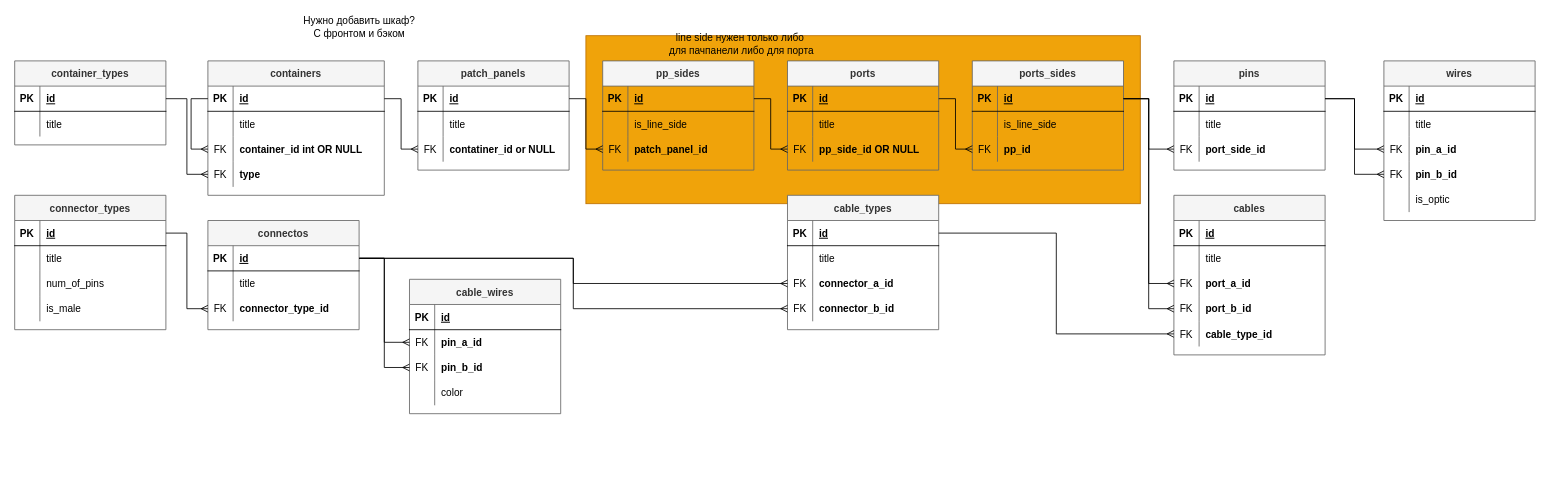
Zakharlik/CrossJournal keeps this draw.io diagram as ToDo/Db-Structure.drawio. Above is the earlier version. Source tidied: cells renumbered, new cells numbered last; positions are measured from the earlier drawing's top-left corner, leaving out a move shared by most shapes. Both pictures are drawn from the tidied source at 84%, with x=0, y=0 at pixel (14, 14).
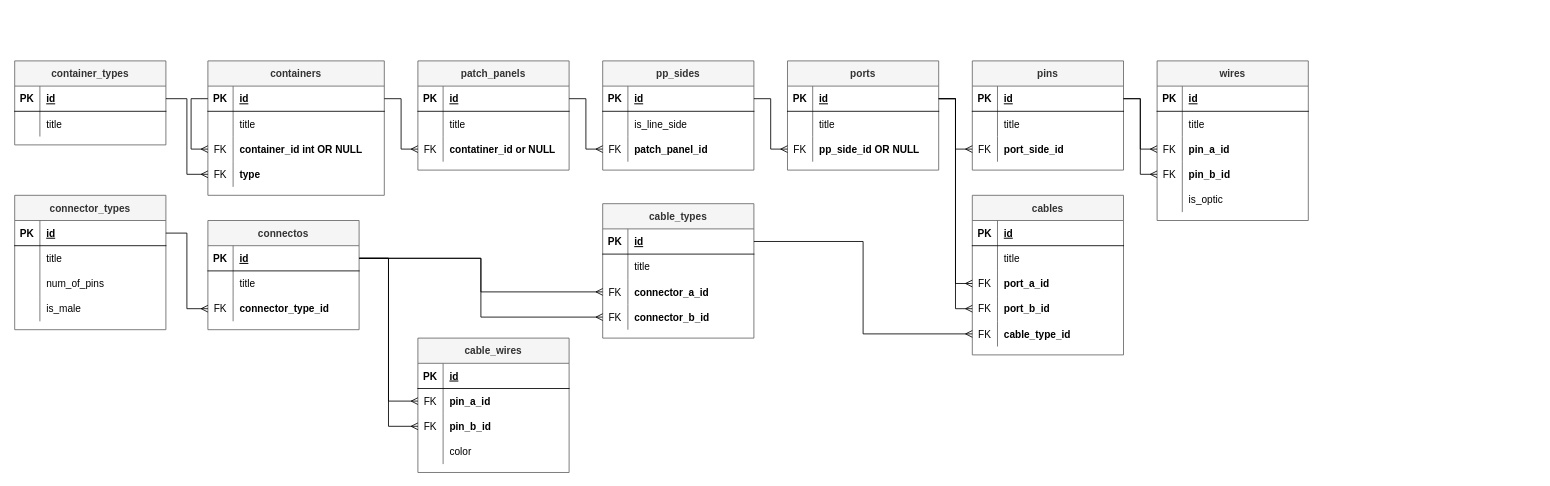
Above is the later version.

Commit message:
Redraw Db-Structure

The change refers to these unchanged cells:
```xml
<mxCell id="48" style="shape=tableRow;horizontal=0;startSize=0;swimlaneHead=0;swimlaneBody=0;fillColor=none;points=[[0,0.5],[1,0.5]];portConstraint=eastwest;top=0;left=0;right=0;bottom=1;" parent="47" vertex="1">
  <mxGeometry y="30" width="180" height="30" as="geometry" />
</mxCell>
<mxCell id="76" style="shape=tableRow;horizontal=0;startSize=0;swimlaneHead=0;swimlaneBody=0;fillColor=none;points=[[0,0.5],[1,0.5]];portConstraint=eastwest;top=0;left=0;right=0;bottom=0;" parent="69" vertex="1">
  <mxGeometry y="90" width="180" height="30" as="geometry" />
</mxCell>
<mxCell id="87" style="shape=tableRow;horizontal=0;startSize=0;swimlaneHead=0;swimlaneBody=0;fillColor=none;points=[[0,0.5],[1,0.5]];portConstraint=eastwest;top=0;left=0;right=0;bottom=0;" parent="80" vertex="1">
  <mxGeometry y="90" width="180" height="30" as="geometry" />
</mxCell>
<mxCell id="90" style="shape=tableRow;horizontal=0;startSize=0;swimlaneHead=0;swimlaneBody=0;fillColor=none;points=[[0,0.5],[1,0.5]];portConstraint=eastwest;top=0;left=0;right=0;bottom=0;" parent="80" vertex="1">
  <mxGeometry y="120" width="180" height="30" as="geometry" />
</mxCell>
```

Change to the diagram source:
```diff
@@
-    <mxCell id="2" style="rounded=0;whiteSpace=wrap;html=1;fillColor=#f0a30a;fontColor=#000000;strokeColor=#BD7000;" parent="1" vertex="1">
-      <mxGeometry x="680" y="25" width="660" height="200" as="geometry" />
-    </mxCell>
@@
-    <mxCell id="58" value="ports_sides" style="shape=table;startSize=30;childLayout=tableLayout;rowLines=0;fontStyle=1;align=center;fillColor=#f5f5f5;strokeColor=#666666;fontColor=#333333;" parent="1" vertex="1">
-      <mxGeometry x="1140" y="55" width="180" height="130" as="geometry" />
-    </mxCell>
-    <mxCell id="59" style="shape=tableRow;horizontal=0;startSize=0;swimlaneHead=0;swimlaneBody=0;fillColor=none;points=[[0,0.5],[1,0.5]];portConstraint=eastwest;top=0;left=0;right=0;bottom=1;" parent="58" vertex="1">
-      <mxGeometry y="30" width="180" height="30" as="geometry" />
-    </mxCell>
-    <mxCell id="60" value="PK" style="shape=partialRectangle;fillColor=none;top=0;left=0;bottom=0;right=0;fontStyle=1;overflow=hidden;" parent="59" vertex="1">
-      <mxGeometry width="30" height="30" as="geometry" />
-    </mxCell>
-    <mxCell id="61" value="id" style="shape=partialRectangle;fillColor=none;top=0;left=0;bottom=0;right=0;align=left;spacingLeft=6;fontStyle=5;overflow=hidden;" parent="59" vertex="1">
-      <mxGeometry x="30" width="150" height="30" as="geometry" />
-    </mxCell>
-    <mxCell id="62" style="shape=tableRow;horizontal=0;startSize=0;swimlaneHead=0;swimlaneBody=0;fillColor=none;top=0;left=0;right=0;bottom=0;" parent="58" vertex="1">
-      <mxGeometry y="60" width="180" height="30" as="geometry" />
-    </mxCell>
-    <mxCell id="63" style="shape=partialRectangle;fillColor=none;top=0;left=0;bottom=0;right=0;overflow=hidden;" parent="62" vertex="1">
-      <mxGeometry width="30" height="30" as="geometry" />
-    </mxCell>
-    <mxCell id="64" value="is_line_side" style="shape=partialRectangle;fillColor=none;top=0;left=0;bottom=0;right=0;align=left;spacingLeft=6;overflow=hidden;" parent="62" vertex="1">
-      <mxGeometry x="30" width="150" height="30" as="geometry" />
-    </mxCell>
-    <mxCell id="65" style="shape=tableRow;horizontal=0;startSize=0;swimlaneHead=0;swimlaneBody=0;fillColor=none;points=[[0,0.5],[1,0.5]];portConstraint=eastwest;top=0;left=0;right=0;bottom=0;" parent="58" vertex="1">
-      <mxGeometry y="90" width="180" height="30" as="geometry" />
-    </mxCell>
-    <mxCell id="66" value="FK" style="shape=partialRectangle;fillColor=none;top=0;left=0;bottom=0;right=0;overflow=hidden;" parent="65" vertex="1">
-      <mxGeometry width="30" height="30" as="geometry" />
-    </mxCell>
-    <mxCell id="67" value="pp_id" style="shape=partialRectangle;fillColor=none;top=0;left=0;bottom=0;right=0;align=left;spacingLeft=6;overflow=hidden;fontStyle=1;" parent="65" vertex="1">
-      <mxGeometry x="30" width="150" height="30" as="geometry" />
-    </mxCell>
-    <mxCell id="68" style="edgeStyle=orthogonalEdgeStyle;rounded=0;jettySize=auto;html=1;exitX=0;exitY=0.5;exitDx=0;exitDy=0;entryX=1;entryY=0.5;entryDx=0;entryDy=0;startArrow=ERmany;startFill=0;endArrow=none;endFill=0;" parent="1" edge="1" source="65" target="48">
-      <mxGeometry relative="1" as="geometry" />
-    </mxCell>
     <mxCell id="69" value="pins" style="shape=table;startSize=30;childLayout=tableLayout;rowLines=0;fontStyle=1;align=center;fillColor=#f5f5f5;strokeColor=#666666;fontColor=#333333;" parent="1" vertex="1">
-      <mxGeometry x="1380" y="55" width="180" height="130" as="geometry" />
+      <mxGeometry x="1140" y="55" width="180" height="130" as="geometry" />
     </mxCell>
@@
-    <mxCell id="79" style="edgeStyle=orthogonalEdgeStyle;rounded=0;jettySize=auto;html=1;exitX=0;exitY=0.5;exitDx=0;exitDy=0;entryX=1;entryY=0.5;entryDx=0;entryDy=0;startArrow=ERmany;startFill=0;endArrow=none;endFill=0;" parent="1" edge="1" source="76" target="59">
+    <mxCell id="79" style="edgeStyle=orthogonalEdgeStyle;rounded=0;jettySize=auto;html=1;exitX=0;exitY=0.5;exitDx=0;exitDy=0;entryX=1;entryY=0.5;entryDx=0;entryDy=0;startArrow=ERmany;startFill=0;endArrow=none;endFill=0;" parent="1" edge="1" source="76" target="48">
       <mxGeometry relative="1" as="geometry" />
     </mxCell>
     <mxCell id="80" value="cables" style="shape=table;startSize=30;childLayout=tableLayout;rowLines=0;fontStyle=1;align=center;fillColor=#f5f5f5;strokeColor=#666666;fontColor=#333333;" parent="1" vertex="1">
-      <mxGeometry x="1380" y="215" width="180" height="190" as="geometry" />
+      <mxGeometry x="1140" y="215" width="180" height="190" as="geometry" />
     </mxCell>
@@
-    <mxCell id="96" style="edgeStyle=orthogonalEdgeStyle;rounded=0;jettySize=auto;html=1;exitX=0;exitY=0.5;exitDx=0;exitDy=0;startArrow=ERmany;startFill=0;endArrow=none;endFill=0;entryX=1;entryY=0.5;entryDx=0;entryDy=0;" parent="1" edge="1" source="87" target="59">
+    <mxCell id="96" style="edgeStyle=orthogonalEdgeStyle;rounded=0;jettySize=auto;html=1;exitX=0;exitY=0.5;exitDx=0;exitDy=0;startArrow=ERmany;startFill=0;endArrow=none;endFill=0;entryX=1;entryY=0.5;entryDx=0;entryDy=0;" parent="1" edge="1" source="87" target="48">
       <mxGeometry relative="1" as="geometry" />
     </mxCell>
-    <mxCell id="97" style="edgeStyle=orthogonalEdgeStyle;rounded=0;jettySize=auto;html=1;exitX=0;exitY=0.5;exitDx=0;exitDy=0;startArrow=ERmany;startFill=0;endArrow=none;endFill=0;entryX=1;entryY=0.5;entryDx=0;entryDy=0;" parent="1" edge="1" source="90" target="59">
+    <mxCell id="97" style="edgeStyle=orthogonalEdgeStyle;rounded=0;jettySize=auto;html=1;exitX=0;exitY=0.5;exitDx=0;exitDy=0;startArrow=ERmany;startFill=0;endArrow=none;endFill=0;entryX=1;entryY=0.5;entryDx=0;entryDy=0;" parent="1" edge="1" source="90" target="48">
       <mxGeometry relative="1" as="geometry" />
     </mxCell>
     <mxCell id="98" value="cable_types" style="shape=table;startSize=30;childLayout=tableLayout;rowLines=0;fontStyle=1;align=center;fillColor=#f5f5f5;strokeColor=#666666;fontColor=#333333;" parent="1" vertex="1">
-      <mxGeometry x="920" y="215" width="180" height="160" as="geometry" />
+      <mxGeometry x="700" y="225" width="180" height="160" as="geometry" />
     </mxCell>
@@
     <mxCell id="127" value="wires" style="shape=table;startSize=30;childLayout=tableLayout;rowLines=0;fontStyle=1;align=center;fillColor=#f5f5f5;strokeColor=#666666;fontColor=#333333;" parent="1" vertex="1">
-      <mxGeometry x="1630" y="55" width="180" height="190" as="geometry" />
+      <mxGeometry x="1360" y="55" width="180" height="190" as="geometry" />
     </mxCell>
@@
     <mxCell id="145" value="cable_wires" style="shape=table;startSize=30;childLayout=tableLayout;rowLines=0;fontStyle=1;align=center;fillColor=#f5f5f5;strokeColor=#666666;fontColor=#333333;" parent="1" vertex="1">
-      <mxGeometry x="470" y="315" width="180" height="160" as="geometry" />
+      <mxGeometry x="480" y="385" width="180" height="160" as="geometry" />
     </mxCell>
@@
-    <mxCell id="171" value="line side нужен только либо&amp;nbsp;&lt;br&gt;для пачпанели либо для порта" style="text;html=1;align=center;verticalAlign=middle;fillColor=none;strokeColor=none;rounded=0;" parent="1" vertex="1">
-      <mxGeometry x="770" y="20" width="190" height="30" as="geometry" />
-    </mxCell>
-    <mxCell id="172" value="Нужно добавить шкаф?&lt;br&gt;С фронтом и бэком" style="text;html=1;align=center;verticalAlign=middle;fillColor=none;strokeColor=none;rounded=0;" parent="1" vertex="1">
-      <mxGeometry x="335" width="150" height="30" as="geometry" />
-    </mxCell>
```
